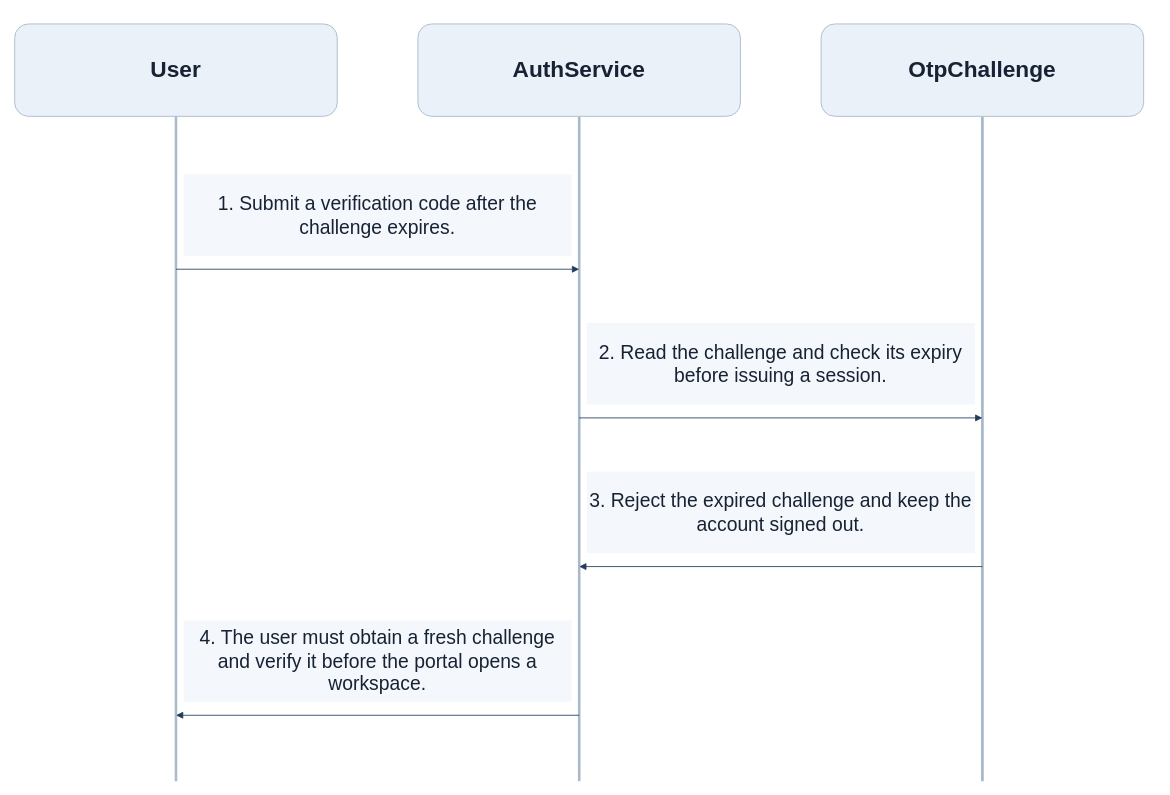
Before: page "FE-01 Expired Sign-In Challenge" (27 of 50) of diagrams/smartdrone-sequence-diagrams.drawio in tungbach12/SmartDroneInspection-Docs, a draw.io diagram. Source tidied: cells renumbered, new cells numbered last; positions are measured from the earlier drawing's top-left corner, leaving out a move shared by most shapes. Both pictures are drawn from the tidied source at 84%, with x=0, y=0 at pixel (14, 24).
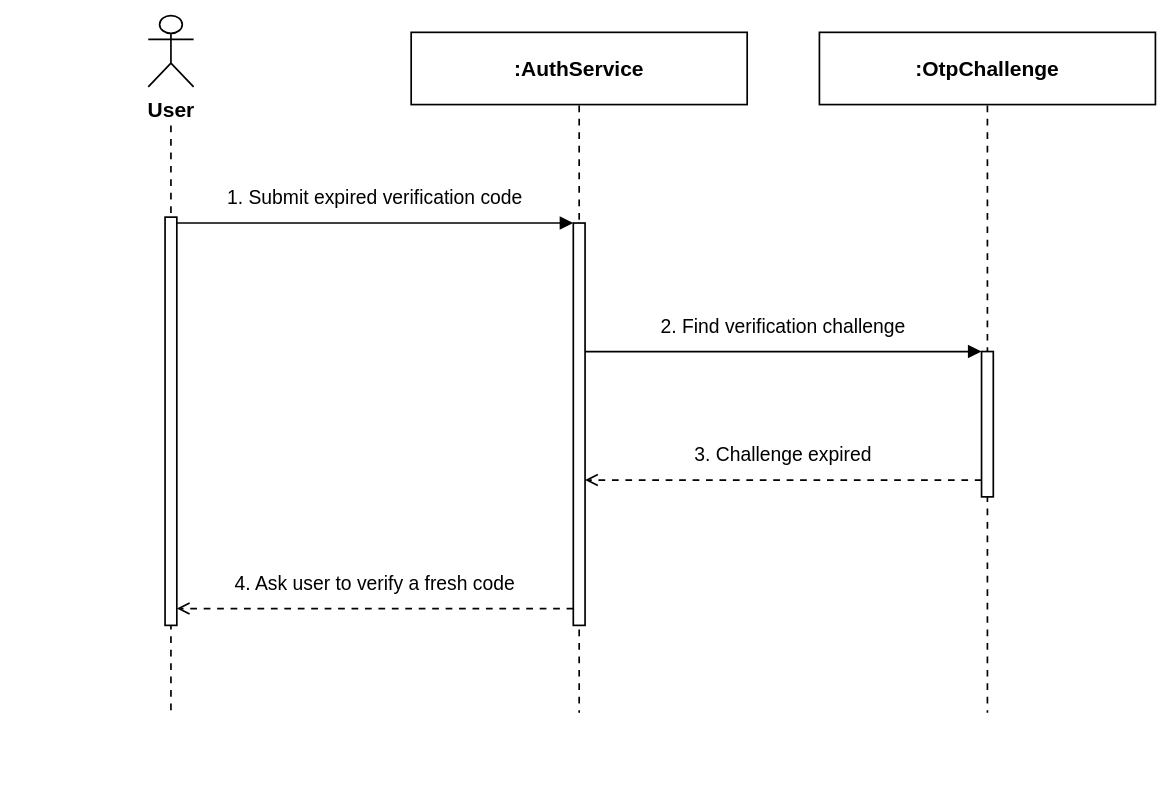
Above is the later version.

The edit, as a diff of the source:
```diff
@@
-<mxGraphModel>
+<mxGraphModel background="#ffffff">
@@
-    <mxCell id="2" value="User" style="rounded=1;whiteSpace=wrap;html=1;fillColor=#EAF1F8;strokeColor=#A5B6C8;fontColor=#172334;fontSize=27;fontStyle=1;" parent="1" vertex="1">
-      <mxGeometry width="384" height="110" as="geometry" />
+    <mxCell id="2" value="User" style="shape=umlActor;verticalLabelPosition=bottom;verticalAlign=top;html=1;fillColor=#ffffff;strokeColor=#000000;fontColor=#000000;fontStyle=1;fontSize=25;fontFamily=Helvetica;strokeWidth=2;spacingTop=5;" parent="1" vertex="1">
+      <mxGeometry x="159" y="-10" width="54" height="85" as="geometry" />
     </mxCell>
-    <mxCell id="3" style="strokeColor=#A5B6C8;fillColor=#A5B6C8;" parent="1" vertex="1">
-      <mxGeometry x="191" y="111" width="2" height="790" as="geometry" />
+    <mxCell id="3" style="line;strokeWidth=2;direction=south;html=1;dashed=1;dashPattern=4 4;strokeColor=#000000;fillColor=none;" parent="1" vertex="1">
+      <mxGeometry x="185" y="121" width="2" height="699" as="geometry" />
     </mxCell>
-    <mxCell id="4" value="AuthService" style="rounded=1;whiteSpace=wrap;html=1;fillColor=#EAF1F8;strokeColor=#A5B6C8;fontColor=#172334;fontSize=27;fontStyle=1;" parent="1" vertex="1">
-      <mxGeometry x="480" width="384" height="110" as="geometry" />
+    <mxCell id="4" value=":AuthService" style="rounded=0;whiteSpace=wrap;html=1;fillColor=#ffffff;strokeColor=#000000;strokeWidth=2;fontColor=#000000;fontStyle=1;fontSize=25;fontFamily=Helvetica;" parent="1" vertex="1">
+      <mxGeometry x="472" y="10" width="400" height="86" as="geometry" />
     </mxCell>
-    <mxCell id="5" style="strokeColor=#A5B6C8;fillColor=#A5B6C8;" parent="1" vertex="1">
-      <mxGeometry x="671" y="111" width="2" height="790" as="geometry" />
+    <mxCell id="5" style="line;strokeWidth=2;direction=south;html=1;dashed=1;dashPattern=4 4;strokeColor=#000000;fillColor=none;" parent="1" vertex="1">
+      <mxGeometry x="671" y="97" width="2" height="723" as="geometry" />
     </mxCell>
-    <mxCell id="6" value="OtpChallenge" style="rounded=1;whiteSpace=wrap;html=1;fillColor=#EAF1F8;strokeColor=#A5B6C8;fontColor=#172334;fontSize=27;fontStyle=1;" parent="1" vertex="1">
-      <mxGeometry x="960" width="384" height="110" as="geometry" />
+    <mxCell id="6" value=":OtpChallenge" style="rounded=0;whiteSpace=wrap;html=1;fillColor=#ffffff;strokeColor=#000000;strokeWidth=2;fontColor=#000000;fontStyle=1;fontSize=25;fontFamily=Helvetica;" parent="1" vertex="1">
+      <mxGeometry x="958" y="10" width="400" height="86" as="geometry" />
     </mxCell>
-    <mxCell id="7" style="strokeColor=#A5B6C8;fillColor=#A5B6C8;" parent="1" vertex="1">
-      <mxGeometry x="1151" y="111" width="2" height="790" as="geometry" />
+    <mxCell id="7" style="line;strokeWidth=2;direction=south;html=1;dashed=1;dashPattern=4 4;strokeColor=#000000;fillColor=none;" parent="1" vertex="1">
+      <mxGeometry x="1157" y="97" width="2" height="723" as="geometry" />
     </mxCell>
+    <mxCell id="16" style="rounded=0;whiteSpace=wrap;html=1;fillColor=#ffffff;strokeColor=#000000;strokeWidth=2;" parent="1" vertex="1">
+      <mxGeometry x="179" y="230" width="14" height="486" as="geometry" />
+    </mxCell>
+    <mxCell id="17" style="rounded=0;whiteSpace=wrap;html=1;fillColor=#ffffff;strokeColor=#000000;strokeWidth=2;" parent="1" vertex="1">
+      <mxGeometry x="665" y="237" width="14" height="479" as="geometry" />
+    </mxCell>
+    <mxCell id="18" style="rounded=0;whiteSpace=wrap;html=1;fillColor=#ffffff;strokeColor=#000000;strokeWidth=2;" parent="1" vertex="1">
+      <mxGeometry x="1151" y="390" width="14" height="173" as="geometry" />
+    </mxCell>
+    <mxCell id="9" style="html=1;strokeColor=#000000;strokeWidth=2;endSize=11;endArrow=block;endFill=1;" parent="1" edge="1">
+      <mxGeometry relative="1" as="geometry">
+        <mxPoint x="193" y="237" as="sourcePoint" />
+        <mxPoint x="665" y="237" as="targetPoint" />
+      </mxGeometry>
+    </mxCell>
-    <mxCell id="8" value="1. Submit a verification code after the challenge expires." style="text;html=1;whiteSpace=wrap;align=center;verticalAlign=middle;strokeColor=none;fillColor=none;fontColor=#172334;fontSize=27;fillColor=#F4F7FB;fontSize=23;" parent="1" vertex="1">
-      <mxGeometry x="201" y="179" width="462" height="97" as="geometry" />
+    <mxCell id="8" value="1. Submit expired verification code" style="text;html=1;strokeColor=none;fillColor=none;align=center;verticalAlign=middle;whiteSpace=wrap;fontColor=#000000;fontFamily=Helvetica;fontSize=23;verticalAlign=bottom;" parent="1" vertex="1">
+      <mxGeometry x="206" y="107" width="446" height="117" as="geometry" />
     </mxCell>
-    <mxCell id="9" style="endArrow=block;endFill=1;html=1;strokeColor=#233B59;fontColor=#172334;fontSize=23;" parent="1" edge="1">
-      <mxGeometry relative="1" as="geometry">
-        <mxPoint x="192" y="292" as="sourcePoint" />
-        <mxPoint x="672" y="292" as="targetPoint" />
-      </mxGeometry>
-    </mxCell>
+    <mxCell id="11" style="html=1;strokeColor=#000000;strokeWidth=2;endSize=11;endArrow=block;endFill=1;" parent="1" edge="1">
+      <mxGeometry relative="1" as="geometry">
+        <mxPoint x="679" y="390" as="sourcePoint" />
+        <mxPoint x="1151" y="390" as="targetPoint" />
+      </mxGeometry>
+    </mxCell>
-    <mxCell id="10" value="2. Read the challenge and check its expiry before issuing a session." style="text;html=1;whiteSpace=wrap;align=center;verticalAlign=middle;strokeColor=none;fillColor=none;fontColor=#172334;fontSize=27;fillColor=#F4F7FB;fontSize=23;" parent="1" vertex="1">
-      <mxGeometry x="681" y="356" width="462" height="97" as="geometry" />
+    <mxCell id="10" value="2. Find verification challenge" style="text;html=1;strokeColor=none;fillColor=none;align=center;verticalAlign=middle;whiteSpace=wrap;fontColor=#000000;fontFamily=Helvetica;fontSize=23;verticalAlign=bottom;" parent="1" vertex="1">
+      <mxGeometry x="692" y="260" width="446" height="117" as="geometry" />
     </mxCell>
-    <mxCell id="11" style="endArrow=block;endFill=1;html=1;strokeColor=#233B59;fontColor=#172334;fontSize=23;" parent="1" edge="1">
-      <mxGeometry relative="1" as="geometry">
-        <mxPoint x="672" y="469" as="sourcePoint" />
-        <mxPoint x="1152" y="469" as="targetPoint" />
-      </mxGeometry>
-    </mxCell>
+    <mxCell id="13" style="html=1;strokeColor=#000000;strokeWidth=2;endSize=11;dashed=1;dashPattern=4 4;endArrow=open;endFill=0;" parent="1" edge="1">
+      <mxGeometry relative="1" as="geometry">
+        <mxPoint x="1151" y="543" as="sourcePoint" />
+        <mxPoint x="679" y="543" as="targetPoint" />
+      </mxGeometry>
+    </mxCell>
-    <mxCell id="12" value="3. Reject the expired challenge and keep the account signed out." style="text;html=1;whiteSpace=wrap;align=center;verticalAlign=middle;strokeColor=none;fillColor=none;fontColor=#172334;fontSize=27;fillColor=#F4F7FB;fontSize=23;" parent="1" vertex="1">
-      <mxGeometry x="681" y="533" width="462" height="97" as="geometry" />
+    <mxCell id="12" value="3. Challenge expired" style="text;html=1;strokeColor=none;fillColor=none;align=center;verticalAlign=middle;whiteSpace=wrap;fontColor=#000000;fontFamily=Helvetica;fontSize=23;verticalAlign=bottom;" parent="1" vertex="1">
+      <mxGeometry x="692" y="413" width="446" height="117" as="geometry" />
     </mxCell>
-    <mxCell id="13" style="endArrow=block;endFill=1;html=1;strokeColor=#233B59;fontColor=#172334;fontSize=23;" parent="1" edge="1">
-      <mxGeometry relative="1" as="geometry">
-        <mxPoint x="1152" y="646" as="sourcePoint" />
-        <mxPoint x="672" y="646" as="targetPoint" />
-      </mxGeometry>
-    </mxCell>
+    <mxCell id="15" style="html=1;strokeColor=#000000;strokeWidth=2;endSize=11;dashed=1;dashPattern=4 4;endArrow=open;endFill=0;" parent="1" edge="1">
+      <mxGeometry relative="1" as="geometry">
+        <mxPoint x="665" y="696" as="sourcePoint" />
+        <mxPoint x="193" y="696" as="targetPoint" />
+      </mxGeometry>
+    </mxCell>
-    <mxCell id="14" value="4. The user must obtain a fresh challenge and verify it before the portal opens a workspace." style="text;html=1;whiteSpace=wrap;align=center;verticalAlign=middle;strokeColor=none;fillColor=none;fontColor=#172334;fontSize=27;fillColor=#F4F7FB;fontSize=23;" parent="1" vertex="1">
-      <mxGeometry x="201" y="710" width="462" height="97" as="geometry" />
+    <mxCell id="14" value="4. Ask user to verify a fresh code" style="text;html=1;strokeColor=none;fillColor=none;align=center;verticalAlign=middle;whiteSpace=wrap;fontColor=#000000;fontFamily=Helvetica;fontSize=23;verticalAlign=bottom;" parent="1" vertex="1">
+      <mxGeometry x="206" y="566" width="446" height="117" as="geometry" />
     </mxCell>
-    <mxCell id="15" style="endArrow=block;endFill=1;html=1;strokeColor=#233B59;fontColor=#172334;fontSize=23;" parent="1" edge="1">
-      <mxGeometry relative="1" as="geometry">
-        <mxPoint x="672" y="823" as="sourcePoint" />
-        <mxPoint x="192" y="823" as="targetPoint" />
-      </mxGeometry>
-    </mxCell>
```
